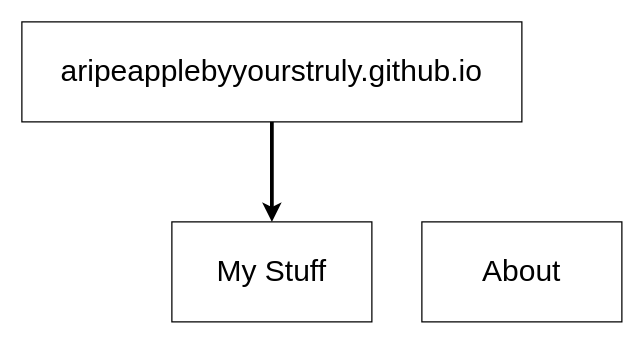
This is page "Overview" (1 of 3) of high-level-stuff/website design.drawio from ARipeAppleByYoursTruly/aripeapplebyyourstruly.github.io, a draw.io file, before an edit. Source tidied: cells renumbered, new cells numbered last; positions are measured from the earlier drawing's top-left corner, leaving out a move shared by most shapes. Both pictures are drawn from the tidied source at 125%, with x=0, y=0 at pixel (21, 21).
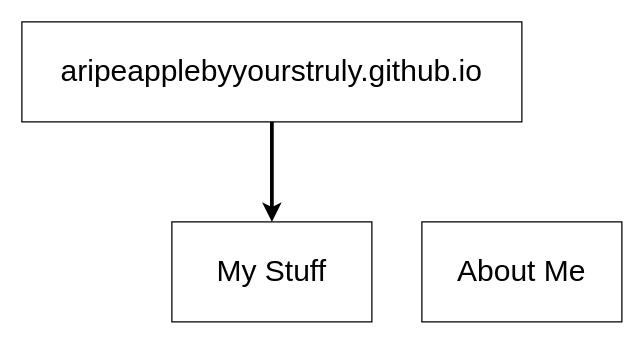
The same page after the edit.

What changed in the source:
```diff
@@
 <mxGraphModel>
   <root>
     <mxCell id="0" />
     <mxCell id="1" parent="0" />
     <mxCell id="2" value="aripeapplebyyourstruly.github.io" style="rounded=0;whiteSpace=wrap;html=1;fontSize=24;" parent="1" vertex="1">
       <mxGeometry width="400" height="80" as="geometry" />
     </mxCell>
     <mxCell id="3" value="My Stuff" style="rounded=0;whiteSpace=wrap;html=1;fontSize=24;" parent="1" vertex="1">
       <mxGeometry x="120" y="160" width="160" height="80" as="geometry" />
     </mxCell>
-    <mxCell id="4" value="About" style="rounded=0;whiteSpace=wrap;html=1;fontSize=24;" parent="1" vertex="1">
+    <mxCell id="4" value="About Me" style="rounded=0;whiteSpace=wrap;html=1;fontSize=24;" parent="1" vertex="1">
       <mxGeometry x="320" y="160" width="160" height="80" as="geometry" />
     </mxCell>
     <mxCell id="5" style="endArrow=classic;html=1;fontSize=24;strokeWidth=3;" parent="1" edge="1">
       <mxGeometry relative="1" as="geometry">
         <mxPoint x="200" y="80" as="sourcePoint" />
         <mxPoint x="200" y="160" as="targetPoint" />
       </mxGeometry>
     </mxCell>
   </root>
 </mxGraphModel>
```
